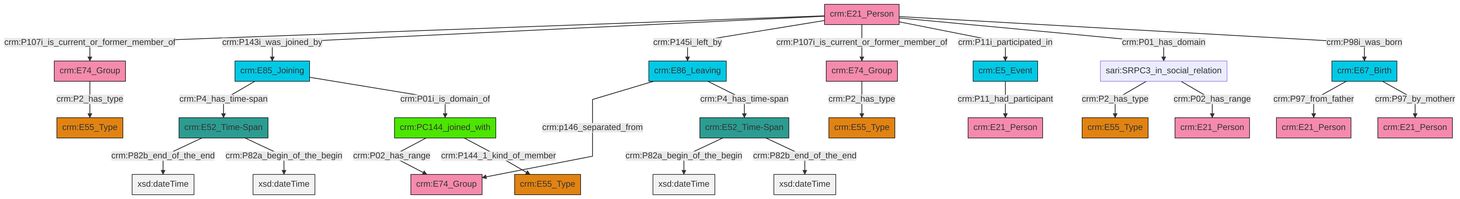
swiss-art-research-net/docs.swissartresearch keeps this Mermaid diagram as et/personCSV/ttl/mmd/png/Person_Actor_Relations.png. Above is the earlier version. Its source is kept beside it as et/personCSV/ttl/mmd/Person_Actor_Relations.ttl.mmd.
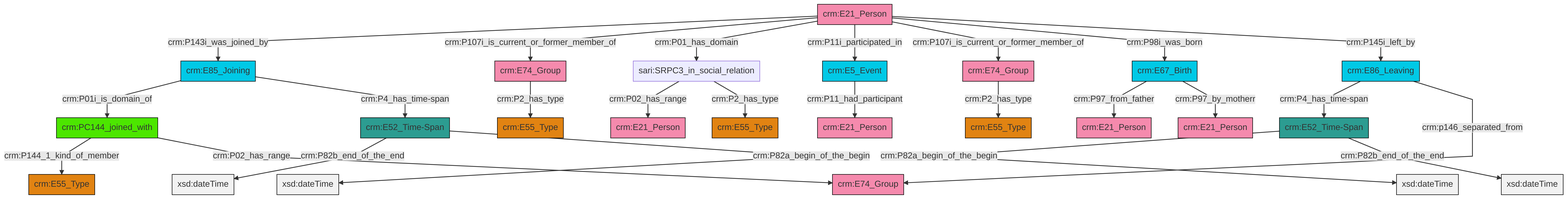
After the commit.

Change to the diagram source:
```diff
@@ -13,27 +13,27 @@
 classDef PC_Classes fill:#4ce600, stroke:#000000;
 classDef Multi fill:#cccccc,stroke:#000000;
 
-0["crm:PC144_joined_with"]:::PC_Classes -->|crm:P02_has_range| 1["crm:E74_Group"]:::Actor
-2["crm:E21_Person"]:::Actor -->|crm:P107i_is_current_or_former_member_of| 3["crm:E74_Group"]:::Actor
-4["sari:SRPC3_in_social_relation"]:::Default -->|crm:P2_has_type| 5["crm:E55_Type"]:::Type
-6["crm:E67_Birth"]:::Temporal_Entity -->|crm:P97_from_father| 7["crm:E21_Person"]:::Actor
-0["crm:PC144_joined_with"]:::PC_Classes -->|crm:P144_1_kind_of_member| 10["crm:E55_Type"]:::Type
-12["crm:E86_Leaving"]:::Temporal_Entity -->|crm:p146_separated_from| 1["crm:E74_Group"]:::Actor
-3["crm:E74_Group"]:::Actor -->|crm:P2_has_type| 13["crm:E55_Type"]:::Type
-2["crm:E21_Person"]:::Actor -->|crm:P143i_was_joined_by| 22["crm:E85_Joining"]:::Temporal_Entity
-28["crm:E74_Group"]:::Actor -->|crm:P2_has_type| 17["crm:E55_Type"]:::Type
-22["crm:E85_Joining"]:::Temporal_Entity -->|crm:P4_has_time-span| 29["crm:E52_Time-Span"]:::Time-Span
-2["crm:E21_Person"]:::Actor -->|crm:P145i_left_by| 12["crm:E86_Leaving"]:::Temporal_Entity
-31["crm:E5_Event"]:::Temporal_Entity -->|crm:P11_had_participant| 19["crm:E21_Person"]:::Actor
-2["crm:E21_Person"]:::Actor -->|crm:P107i_is_current_or_former_member_of| 28["crm:E74_Group"]:::Actor
-23["crm:E52_Time-Span"]:::Time-Span -->|crm:P82a_begin_of_the_begin| 33[xsd:dateTime]:::Literal
-6["crm:E67_Birth"]:::Temporal_Entity -->|crm:P97_by_motherr| 14["crm:E21_Person"]:::Actor
-2["crm:E21_Person"]:::Actor -->|crm:P11i_participated_in| 31["crm:E5_Event"]:::Temporal_Entity
-12["crm:E86_Leaving"]:::Temporal_Entity -->|crm:P4_has_time-span| 23["crm:E52_Time-Span"]:::Time-Span
-2["crm:E21_Person"]:::Actor -->|crm:P01_has_domain| 4["sari:SRPC3_in_social_relation"]:::Default
-4["sari:SRPC3_in_social_relation"]:::Default -->|crm:P02_has_range| 8["crm:E21_Person"]:::Actor
-29["crm:E52_Time-Span"]:::Time-Span -->|crm:P82b_end_of_the_end| 37[xsd:dateTime]:::Literal
-22["crm:E85_Joining"]:::Temporal_Entity -->|crm:P01i_is_domain_of| 0["crm:PC144_joined_with"]:::PC_Classes
-23["crm:E52_Time-Span"]:::Time-Span -->|crm:P82b_end_of_the_end| 39[xsd:dateTime]:::Literal
-2["crm:E21_Person"]:::Actor -->|crm:P98i_was_born| 6["crm:E67_Birth"]:::Temporal_Entity
-29["crm:E52_Time-Span"]:::Time-Span -->|crm:P82a_begin_of_the_begin| 44[xsd:dateTime]:::Literal
+2["crm:E67_Birth"]:::Temporal_Entity -->|crm:P97_from_father| 0["crm:E21_Person"]:::Actor
+5["crm:E21_Person"]:::Actor -->|crm:P143i_was_joined_by| 6["crm:E85_Joining"]:::Temporal_Entity
+5["crm:E21_Person"]:::Actor -->|crm:P107i_is_current_or_former_member_of| 7["crm:E74_Group"]:::Actor
+5["crm:E21_Person"]:::Actor -->|crm:P01_has_domain| 8["sari:SRPC3_in_social_relation"]:::Default
+9["crm:E5_Event"]:::Temporal_Entity -->|crm:P11_had_participant| 10["crm:E21_Person"]:::Actor
+7["crm:E74_Group"]:::Actor -->|crm:P2_has_type| 12["crm:E55_Type"]:::Type
+8["sari:SRPC3_in_social_relation"]:::Default -->|crm:P02_has_range| 13["crm:E21_Person"]:::Actor
+5["crm:E21_Person"]:::Actor -->|crm:P11i_participated_in| 9["crm:E5_Event"]:::Temporal_Entity
+5["crm:E21_Person"]:::Actor -->|crm:P107i_is_current_or_former_member_of| 18["crm:E74_Group"]:::Actor
+21["crm:E52_Time-Span"]:::Time-Span -->|crm:P82a_begin_of_the_begin| 22[xsd:dateTime]:::Literal
+5["crm:E21_Person"]:::Actor -->|crm:P98i_was_born| 2["crm:E67_Birth"]:::Temporal_Entity
+25["crm:E52_Time-Span"]:::Time-Span -->|crm:P82b_end_of_the_end| 28[xsd:dateTime]:::Literal
+30["crm:E86_Leaving"]:::Temporal_Entity -->|crm:P4_has_time-span| 21["crm:E52_Time-Span"]:::Time-Span
+30["crm:E86_Leaving"]:::Temporal_Entity -->|crm:p146_separated_from| 14["crm:E74_Group"]:::Actor
+5["crm:E21_Person"]:::Actor -->|crm:P145i_left_by| 30["crm:E86_Leaving"]:::Temporal_Entity
+2["crm:E67_Birth"]:::Temporal_Entity -->|crm:P97_by_motherr| 38["crm:E21_Person"]:::Actor
+19["crm:PC144_joined_with"]:::PC_Classes -->|crm:P144_1_kind_of_member| 23["crm:E55_Type"]:::Type
+6["crm:E85_Joining"]:::Temporal_Entity -->|crm:P01i_is_domain_of| 19["crm:PC144_joined_with"]:::PC_Classes
+18["crm:E74_Group"]:::Actor -->|crm:P2_has_type| 3["crm:E55_Type"]:::Type
+8["sari:SRPC3_in_social_relation"]:::Default -->|crm:P2_has_type| 35["crm:E55_Type"]:::Type
+19["crm:PC144_joined_with"]:::PC_Classes -->|crm:P02_has_range| 14["crm:E74_Group"]:::Actor
+6["crm:E85_Joining"]:::Temporal_Entity -->|crm:P4_has_time-span| 25["crm:E52_Time-Span"]:::Time-Span
+25["crm:E52_Time-Span"]:::Time-Span -->|crm:P82a_begin_of_the_begin| 44[xsd:dateTime]:::Literal
+21["crm:E52_Time-Span"]:::Time-Span -->|crm:P82b_end_of_the_end| 46[xsd:dateTime]:::Literal
```
